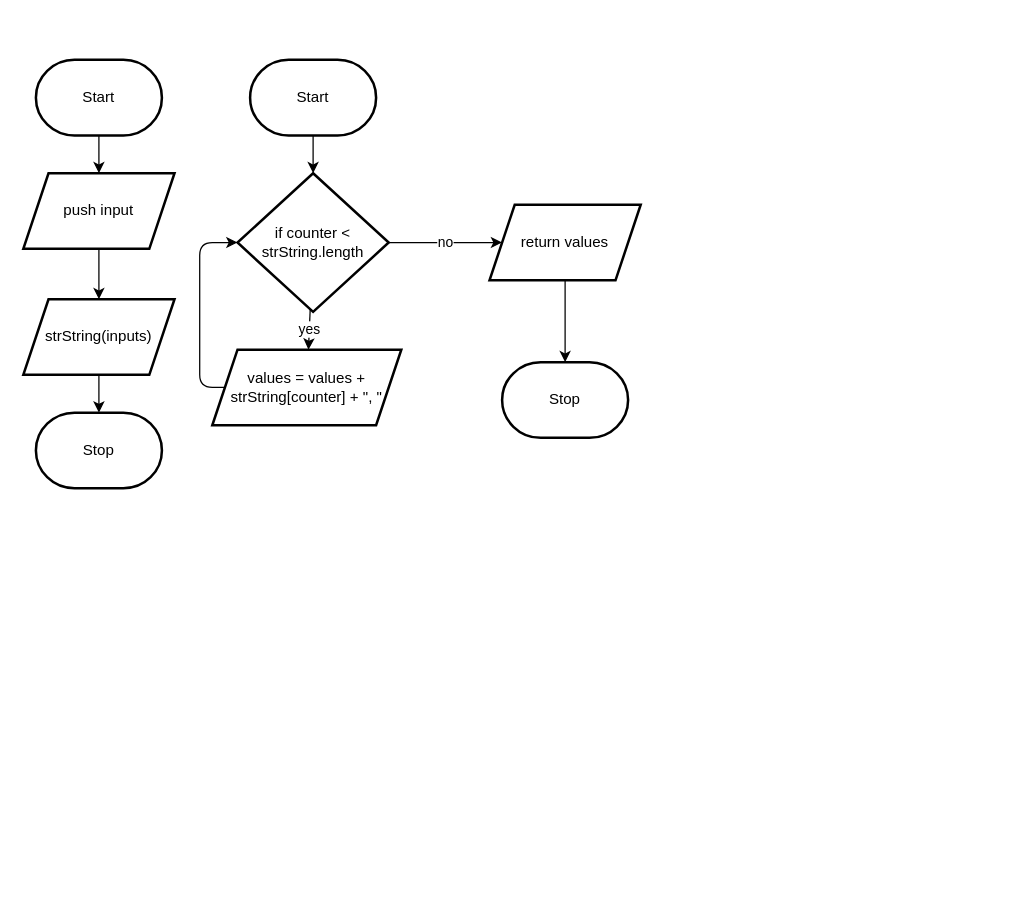
The draw.io diagram Unit2-01/flowchart.drawio in Flynn-Rundquist/ICS4U-Unit2-Flynn-Rundquist, before the edit. Source tidied: cells renumbered, new cells numbered last; positions are measured from the earlier drawing's top-left corner, leaving out a move shared by most shapes. Both pictures are drawn from the tidied source at 126%, with x=0, y=0 at pixel (23, 59).
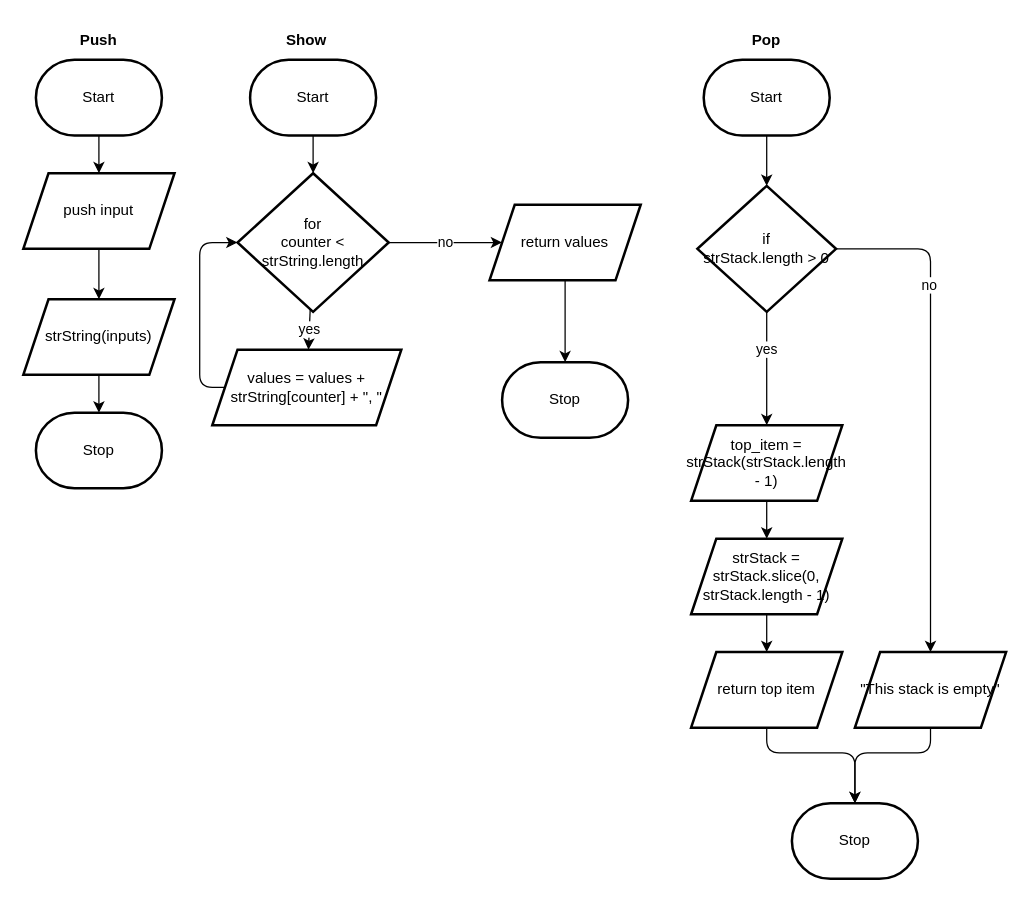
After the change.

Diff of the diagram source:
```diff
@@
-    <mxCell id="13" value="if counter &amp;lt; strString.length" style="rhombus;whiteSpace=wrap;html=1;strokeWidth=2;" parent="1" vertex="1">
+    <mxCell id="13" value="for&lt;br&gt;counter &amp;lt; strString.length" style="rhombus;whiteSpace=wrap;html=1;strokeWidth=2;" parent="1" vertex="1">
       <mxGeometry x="170" y="90" width="120" height="110" as="geometry" />
     </mxCell>
@@
+    <mxCell id="19" value="&lt;b&gt;Push&lt;/b&gt;" style="text;strokeColor=none;align=center;fillColor=none;html=1;verticalAlign=middle;whiteSpace=wrap;rounded=0;" parent="1" vertex="1">
+      <mxGeometry x="30" y="-30" width="60" height="30" as="geometry" />
+    </mxCell>
+    <mxCell id="20" value="&lt;b&gt;Show&lt;/b&gt;" style="text;strokeColor=none;align=center;fillColor=none;html=1;verticalAlign=middle;whiteSpace=wrap;rounded=0;" parent="1" vertex="1">
+      <mxGeometry x="195" y="-30" width="60" height="30" as="geometry" />
+    </mxCell>
+    <mxCell id="21" style="edgeStyle=none;html=1;" parent="1" edge="1" source="22" target="27">
+      <mxGeometry relative="1" as="geometry" />
+    </mxCell>
+    <mxCell id="22" value="Start" style="strokeWidth=2;html=1;shape=mxgraph.flowchart.terminator;whiteSpace=wrap;" parent="1" vertex="1">
+      <mxGeometry x="540" width="100" height="60" as="geometry" />
+    </mxCell>
+    <mxCell id="23" style="edgeStyle=none;html=1;" parent="1" edge="1" source="27" target="29">
+      <mxGeometry relative="1" as="geometry" />
+    </mxCell>
+    <mxCell id="24" value="yes" style="edgeLabel;html=1;align=center;verticalAlign=middle;" parent="23" vertex="1">
+      <mxGeometry x="-0.36" y="-1" relative="1" as="geometry" />
+    </mxCell>
+    <mxCell id="25" style="edgeStyle=none;html=1;" parent="1" edge="1" source="27" target="35">
+      <mxGeometry relative="1" as="geometry">
+        <Array as="points">
+          <mxPoint x="720" y="150" />
+        </Array>
+      </mxGeometry>
+    </mxCell>
+    <mxCell id="26" value="no" style="edgeLabel;html=1;align=center;verticalAlign=middle;" parent="25" vertex="1">
+      <mxGeometry x="-0.48" y="-2" relative="1" as="geometry" />
+    </mxCell>
+    <mxCell id="27" value="if&lt;br&gt;strStack.length &amp;gt; 0" style="rhombus;whiteSpace=wrap;html=1;strokeWidth=2;" parent="1" vertex="1">
+      <mxGeometry x="535" y="100" width="110" height="100" as="geometry" />
+    </mxCell>
+    <mxCell id="28" style="edgeStyle=none;html=1;" parent="1" edge="1" source="29" target="31">
+      <mxGeometry relative="1" as="geometry" />
+    </mxCell>
+    <mxCell id="29" value="top_item = strStack(strStack.length - 1)" style="shape=parallelogram;perimeter=parallelogramPerimeter;whiteSpace=wrap;html=1;fixedSize=1;strokeWidth=2;" parent="1" vertex="1">
+      <mxGeometry x="530" y="290" width="120" height="60" as="geometry" />
+    </mxCell>
+    <mxCell id="30" style="edgeStyle=none;html=1;" parent="1" edge="1" source="31" target="33">
+      <mxGeometry relative="1" as="geometry" />
+    </mxCell>
+    <mxCell id="31" value="strStack = strStack.slice(0, strStack.length - 1)" style="shape=parallelogram;perimeter=parallelogramPerimeter;whiteSpace=wrap;html=1;fixedSize=1;strokeWidth=2;" parent="1" vertex="1">
+      <mxGeometry x="530" y="380" width="120" height="60" as="geometry" />
+    </mxCell>
+    <mxCell id="32" style="edgeStyle=none;html=1;entryX=0.5;entryY=0;entryDx=0;entryDy=0;entryPerimeter=0;" parent="1" edge="1" source="33" target="36">
+      <mxGeometry relative="1" as="geometry">
+        <Array as="points">
+          <mxPoint x="590" y="550" />
+          <mxPoint x="660" y="550" />
+        </Array>
+      </mxGeometry>
+    </mxCell>
+    <mxCell id="33" value="return top item" style="shape=parallelogram;perimeter=parallelogramPerimeter;whiteSpace=wrap;html=1;fixedSize=1;strokeWidth=2;" parent="1" vertex="1">
+      <mxGeometry x="530" y="470" width="120" height="60" as="geometry" />
+    </mxCell>
+    <mxCell id="34" style="edgeStyle=none;html=1;entryX=0.5;entryY=0;entryDx=0;entryDy=0;entryPerimeter=0;" parent="1" edge="1" source="35" target="36">
+      <mxGeometry relative="1" as="geometry">
+        <Array as="points">
+          <mxPoint x="720" y="550" />
+          <mxPoint x="660" y="550" />
+        </Array>
+      </mxGeometry>
+    </mxCell>
+    <mxCell id="35" value="&quot;This stack is empty&quot;" style="shape=parallelogram;perimeter=parallelogramPerimeter;whiteSpace=wrap;html=1;fixedSize=1;strokeWidth=2;" parent="1" vertex="1">
+      <mxGeometry x="660" y="470" width="120" height="60" as="geometry" />
+    </mxCell>
+    <mxCell id="36" value="Stop" style="strokeWidth=2;html=1;shape=mxgraph.flowchart.terminator;whiteSpace=wrap;" parent="1" vertex="1">
+      <mxGeometry x="610" y="590" width="100" height="60" as="geometry" />
+    </mxCell>
+    <mxCell id="37" value="&lt;b&gt;Pop&lt;/b&gt;" style="text;strokeColor=none;align=center;fillColor=none;html=1;verticalAlign=middle;whiteSpace=wrap;rounded=0;" parent="1" vertex="1">
+      <mxGeometry x="560" y="-30" width="60" height="30" as="geometry" />
+    </mxCell>
```
